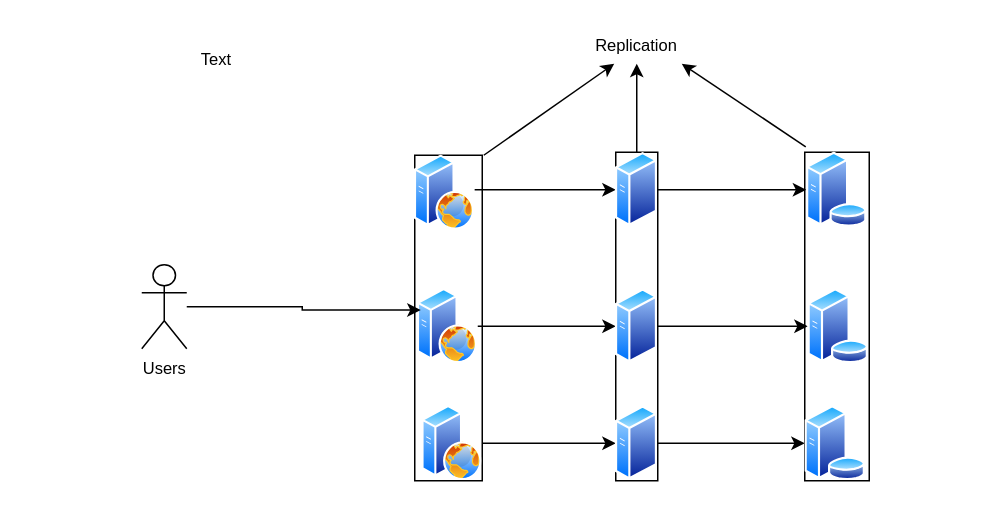
Before: Untitled Diagram.drawio in dev-resources-millenium/ReferencesForEnterpriseApps, a draw.io diagram. Source tidied: cells renumbered, new cells numbered last; positions are measured from the earlier drawing's top-left corner, leaving out a move shared by most shapes. Both pictures are drawn from the tidied source at 150%, with x=0, y=0 at pixel (141, 26).
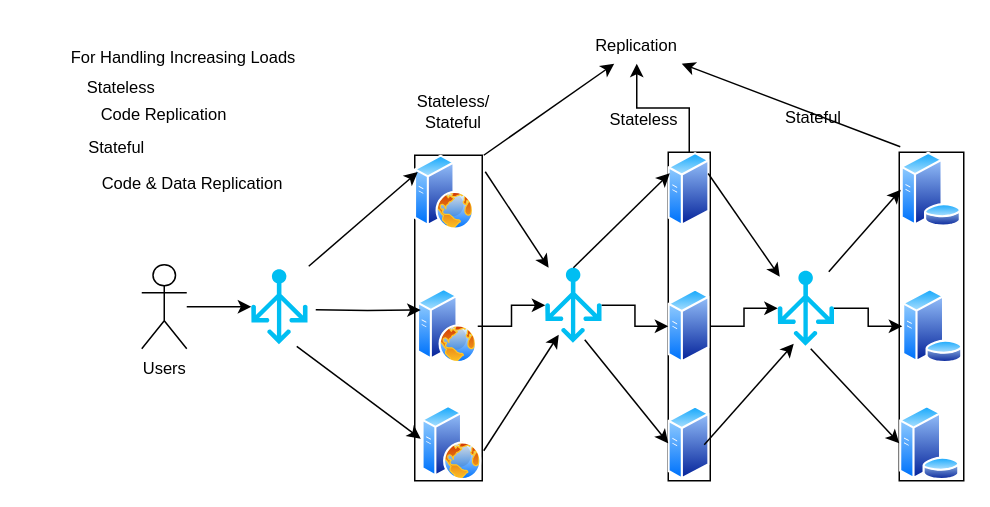
After the change.

Unchanged cells that the change refers to:
```xml
<mxCell id="9" style="image;perimeter=ellipsePerimeter;html=1;align=center;shadow=0;dashed=0;spacingTop=3;image=img/lib/active_directory/web_server.svg;strokeColor=default;" parent="8" vertex="1">
  <mxGeometry x="2" y="89" width="40" height="50" as="geometry" />
</mxCell>
<mxCell id="10" style="image;perimeter=ellipsePerimeter;html=1;align=center;shadow=0;dashed=0;spacingTop=3;image=img/lib/active_directory/web_server.svg;strokeColor=default;" parent="8" vertex="1">
  <mxGeometry width="40" height="50" as="geometry" />
</mxCell>
<mxCell id="11" style="image;perimeter=ellipsePerimeter;html=1;align=center;shadow=0;dashed=0;spacingTop=3;image=img/lib/active_directory/web_server.svg;strokeColor=default;" parent="8" vertex="1">
  <mxGeometry x="5" y="167" width="40" height="50" as="geometry" />
</mxCell>
<mxCell id="13" style="image;perimeter=ellipsePerimeter;html=1;align=center;shadow=0;dashed=0;spacingTop=3;image=img/lib/active_directory/generic_server.svg;" parent="12" vertex="1">
  <mxGeometry y="91" width="28" height="50" as="geometry" />
</mxCell>
<mxCell id="14" style="image;perimeter=ellipsePerimeter;html=1;align=center;shadow=0;dashed=0;spacingTop=3;image=img/lib/active_directory/generic_server.svg;" parent="12" vertex="1">
  <mxGeometry y="169" width="28" height="50" as="geometry" />
</mxCell>
<mxCell id="15" style="image;perimeter=ellipsePerimeter;html=1;align=center;shadow=0;dashed=0;spacingTop=3;image=img/lib/active_directory/generic_server.svg;" parent="12" vertex="1">
  <mxGeometry width="28" height="50" as="geometry" />
</mxCell>
<mxCell id="17" style="image;perimeter=ellipsePerimeter;html=1;align=center;shadow=0;dashed=0;spacingTop=3;image=img/lib/active_directory/database_server.svg;" parent="16" vertex="1">
  <mxGeometry x="2" y="91" width="41" height="50" as="geometry" />
</mxCell>
<mxCell id="18" style="image;perimeter=ellipsePerimeter;html=1;align=center;shadow=0;dashed=0;spacingTop=3;image=img/lib/active_directory/database_server.svg;" parent="16" vertex="1">
  <mxGeometry x="1" width="41" height="50" as="geometry" />
</mxCell>
<mxCell id="19" style="image;perimeter=ellipsePerimeter;html=1;align=center;shadow=0;dashed=0;spacingTop=3;image=img/lib/active_directory/database_server.svg;" parent="16" vertex="1">
  <mxGeometry y="169" width="41" height="50" as="geometry" />
</mxCell>
<mxCell id="26" value="Users" style="shape=umlActor;verticalLabelPosition=bottom;verticalAlign=top;html=1;outlineConnect=0;fontFamily=Helvetica;fontSize=11;fontColor=default;" parent="1" vertex="1">
  <mxGeometry y="159" width="30" height="56" as="geometry" />
</mxCell>
```

Change to the diagram source:
```diff
@@
-    <mxCell id="2" style="edgeStyle=orthogonalEdgeStyle;shape=connector;rounded=0;jettySize=auto;html=1;labelBackgroundColor=default;strokeColor=default;align=center;verticalAlign=middle;fontFamily=Helvetica;fontSize=11;fontColor=default;endArrow=classic;" parent="1" edge="1" source="9" target="13">
-      <mxGeometry relative="1" as="geometry" />
-    </mxCell>
-    <mxCell id="3" style="edgeStyle=orthogonalEdgeStyle;rounded=0;jettySize=auto;html=1;" parent="1" edge="1" source="10" target="15">
-      <mxGeometry relative="1" as="geometry">
-        <Array as="points">
-          <mxPoint x="256" y="109" />
-          <mxPoint x="256" y="109" />
-        </Array>
-      </mxGeometry>
-    </mxCell>
-    <mxCell id="4" style="edgeStyle=orthogonalEdgeStyle;shape=connector;rounded=0;jettySize=auto;html=1;labelBackgroundColor=default;strokeColor=default;align=center;verticalAlign=middle;fontFamily=Helvetica;fontSize=11;fontColor=default;endArrow=classic;" parent="1" edge="1" source="11" target="14">
-      <mxGeometry relative="1" as="geometry" />
-    </mxCell>
-    <mxCell id="5" style="edgeStyle=orthogonalEdgeStyle;shape=connector;rounded=0;jettySize=auto;html=1;labelBackgroundColor=default;strokeColor=default;align=center;verticalAlign=middle;fontFamily=Helvetica;fontSize=11;fontColor=default;endArrow=classic;" parent="1" edge="1" source="13" target="17">
-      <mxGeometry relative="1" as="geometry" />
-    </mxCell>
-    <mxCell id="6" style="edgeStyle=orthogonalEdgeStyle;shape=connector;rounded=0;jettySize=auto;html=1;labelBackgroundColor=default;strokeColor=default;align=center;verticalAlign=middle;fontFamily=Helvetica;fontSize=11;fontColor=default;endArrow=classic;" parent="1" edge="1" source="14" target="19">
-      <mxGeometry relative="1" as="geometry" />
-    </mxCell>
-    <mxCell id="7" style="edgeStyle=orthogonalEdgeStyle;shape=connector;rounded=0;jettySize=auto;html=1;labelBackgroundColor=default;strokeColor=default;align=center;verticalAlign=middle;fontFamily=Helvetica;fontSize=11;fontColor=default;endArrow=classic;" parent="1" edge="1" source="15" target="18">
-      <mxGeometry relative="1" as="geometry" />
-    </mxCell>
@@
     <mxCell id="12" style="group;strokeColor=default;" parent="1" vertex="1">
-      <mxGeometry x="316" y="84" width="28" height="219" as="geometry" />
+      <mxGeometry x="351" y="84" width="28" height="219" as="geometry" />
     </mxCell>
@@
     <mxCell id="16" style="group;strokeColor=default;" parent="1" vertex="1">
-      <mxGeometry x="442" y="84" width="43" height="219" as="geometry" />
+      <mxGeometry x="505" y="84" width="43" height="219" as="geometry" />
     </mxCell>
@@
-    <mxCell id="24" value="Text" style="text;html=1;strokeColor=none;fillColor=none;align=center;verticalAlign=middle;whiteSpace=wrap;rounded=0;fontSize=11;fontFamily=Helvetica;fontColor=default;" parent="1" vertex="1">
-      <mxGeometry x="20" y="7" width="60" height="30" as="geometry" />
+    <mxCell id="24" value="Stateless/&lt;br&gt;Stateful" style="text;html=1;strokeColor=none;fillColor=none;align=center;verticalAlign=middle;whiteSpace=wrap;rounded=0;fontSize=11;fontFamily=Helvetica;fontColor=default;" parent="1" vertex="1">
+      <mxGeometry x="178" y="42" width="60" height="30" as="geometry" />
     </mxCell>
-    <mxCell id="25" style="edgeStyle=orthogonalEdgeStyle;shape=connector;rounded=0;jettySize=auto;html=1;entryX=0;entryY=0.25;entryDx=0;entryDy=0;labelBackgroundColor=default;strokeColor=default;align=center;verticalAlign=middle;fontFamily=Helvetica;fontSize=11;fontColor=default;endArrow=classic;" parent="1" edge="1" source="26" target="9">
-      <mxGeometry relative="1" as="geometry" />
+    <mxCell id="25" style="edgeStyle=orthogonalEdgeStyle;shape=connector;rounded=0;jettySize=auto;html=1;entryX=0;entryY=0.25;entryDx=0;entryDy=0;labelBackgroundColor=default;strokeColor=default;align=center;verticalAlign=middle;fontFamily=Helvetica;fontSize=11;fontColor=default;endArrow=classic;" parent="1" edge="1" target="9">
+      <mxGeometry relative="1" as="geometry">
+        <mxPoint x="116" y="189" as="sourcePoint" />
+      </mxGeometry>
     </mxCell>
+    <mxCell id="27" style="edgeStyle=orthogonalEdgeStyle;shape=connector;rounded=0;jettySize=auto;html=1;labelBackgroundColor=default;strokeColor=default;align=center;verticalAlign=middle;fontFamily=Helvetica;fontSize=11;fontColor=default;endArrow=classic;" parent="1" edge="1" source="26" target="32">
+      <mxGeometry relative="1" as="geometry" />
+    </mxCell>
@@
+    <mxCell id="28" style="endArrow=classic;html=1;rounded=0;labelBackgroundColor=default;strokeColor=default;align=center;verticalAlign=middle;fontFamily=Helvetica;fontSize=11;fontColor=default;shape=connector;entryX=0;entryY=0.25;entryDx=0;entryDy=0;exitX=1.022;exitY=-0.04;exitDx=0;exitDy=0;exitPerimeter=0;" parent="1" edge="1" source="32">
+      <mxGeometry relative="1" as="geometry">
+        <mxPoint x="184" y="97.2" as="targetPoint" />
+      </mxGeometry>
+    </mxCell>
+    <mxCell id="29" style="endArrow=classic;html=1;rounded=0;labelBackgroundColor=default;strokeColor=default;align=center;verticalAlign=middle;fontFamily=Helvetica;fontSize=11;fontColor=default;shape=connector;exitX=0.809;exitY=1.027;exitDx=0;exitDy=0;exitPerimeter=0;" parent="1" edge="1" source="32">
+      <mxGeometry relative="1" as="geometry">
+        <mxPoint x="186" y="275" as="targetPoint" />
+      </mxGeometry>
+    </mxCell>
+    <mxCell id="30" value="Stateless" style="text;html=1;strokeColor=none;fillColor=none;align=center;verticalAlign=middle;whiteSpace=wrap;rounded=0;fontSize=11;fontFamily=Helvetica;fontColor=default;" parent="1" vertex="1">
+      <mxGeometry x="305" y="47" width="60" height="30" as="geometry" />
+    </mxCell>
+    <mxCell id="31" value="Stateful" style="text;html=1;strokeColor=none;fillColor=none;align=center;verticalAlign=middle;whiteSpace=wrap;rounded=0;fontSize=11;fontFamily=Helvetica;fontColor=default;" parent="1" vertex="1">
+      <mxGeometry x="418" y="46" width="60" height="30" as="geometry" />
+    </mxCell>
+    <mxCell id="32" style="verticalLabelPosition=bottom;html=1;verticalAlign=top;align=center;strokeColor=none;fillColor=#00BEF2;shape=mxgraph.azure.load_balancer_generic;fontFamily=Helvetica;fontSize=11;fontColor=default;" parent="1" vertex="1">
+      <mxGeometry x="73" y="162" width="37.5" height="50" as="geometry" />
+    </mxCell>
+    <mxCell id="33" style="edgeStyle=orthogonalEdgeStyle;shape=connector;rounded=0;jettySize=auto;html=1;labelBackgroundColor=default;strokeColor=default;align=center;verticalAlign=middle;fontFamily=Helvetica;fontSize=11;fontColor=default;endArrow=classic;" parent="1" edge="1" source="34" target="13">
+      <mxGeometry relative="1" as="geometry" />
+    </mxCell>
+    <mxCell id="34" style="verticalLabelPosition=bottom;html=1;verticalAlign=top;align=center;strokeColor=none;fillColor=#00BEF2;shape=mxgraph.azure.load_balancer_generic;fontFamily=Helvetica;fontSize=11;fontColor=default;" parent="1" vertex="1">
+      <mxGeometry x="269" y="161" width="37.5" height="50" as="geometry" />
+    </mxCell>
+    <mxCell id="35" style="edgeStyle=orthogonalEdgeStyle;shape=connector;rounded=0;jettySize=auto;html=1;labelBackgroundColor=default;strokeColor=default;align=center;verticalAlign=middle;fontFamily=Helvetica;fontSize=11;fontColor=default;endArrow=classic;" parent="1" edge="1" source="9" target="34">
+      <mxGeometry relative="1" as="geometry" />
+    </mxCell>
+    <mxCell id="36" style="endArrow=classic;html=1;rounded=0;labelBackgroundColor=default;strokeColor=default;align=center;verticalAlign=middle;fontFamily=Helvetica;fontSize=11;fontColor=default;shape=connector;" parent="1" edge="1" target="34">
+      <mxGeometry relative="1" as="geometry">
+        <mxPoint x="229" y="97" as="sourcePoint" />
+      </mxGeometry>
+    </mxCell>
+    <mxCell id="37" style="endArrow=classic;html=1;rounded=0;labelBackgroundColor=default;strokeColor=default;align=center;verticalAlign=middle;fontFamily=Helvetica;fontSize=11;fontColor=default;shape=connector;entryX=0.24;entryY=0.893;entryDx=0;entryDy=0;entryPerimeter=0;" parent="1" edge="1" target="34">
+      <mxGeometry relative="1" as="geometry">
+        <mxPoint x="228" y="283" as="sourcePoint" />
+      </mxGeometry>
+    </mxCell>
+    <mxCell id="38" style="endArrow=classic;html=1;rounded=0;labelBackgroundColor=default;strokeColor=default;align=center;verticalAlign=middle;fontFamily=Helvetica;fontSize=11;fontColor=default;shape=connector;exitX=0.5;exitY=0;exitDx=0;exitDy=0;exitPerimeter=0;" parent="1" edge="1" source="34">
+      <mxGeometry relative="1" as="geometry">
+        <mxPoint x="352" y="98" as="targetPoint" />
+      </mxGeometry>
+    </mxCell>
+    <mxCell id="39" style="endArrow=classic;html=1;rounded=0;labelBackgroundColor=default;strokeColor=default;align=center;verticalAlign=middle;fontFamily=Helvetica;fontSize=11;fontColor=default;shape=connector;exitX=0.702;exitY=0.96;exitDx=0;exitDy=0;exitPerimeter=0;entryX=0;entryY=0.5;entryDx=0;entryDy=0;" parent="1" edge="1" source="34" target="14">
+      <mxGeometry relative="1" as="geometry" />
+    </mxCell>
+    <mxCell id="40" style="edgeStyle=orthogonalEdgeStyle;shape=connector;rounded=0;jettySize=auto;html=1;labelBackgroundColor=default;strokeColor=default;align=center;verticalAlign=middle;fontFamily=Helvetica;fontSize=11;fontColor=default;endArrow=classic;" parent="1" edge="1" source="41" target="17">
+      <mxGeometry relative="1" as="geometry" />
+    </mxCell>
+    <mxCell id="41" style="verticalLabelPosition=bottom;html=1;verticalAlign=top;align=center;strokeColor=none;fillColor=#00BEF2;shape=mxgraph.azure.load_balancer_generic;fontFamily=Helvetica;fontSize=11;fontColor=default;" parent="1" vertex="1">
+      <mxGeometry x="424" y="163" width="37.5" height="50" as="geometry" />
+    </mxCell>
+    <mxCell id="42" style="endArrow=classic;html=1;rounded=0;labelBackgroundColor=default;strokeColor=default;align=center;verticalAlign=middle;fontFamily=Helvetica;fontSize=11;fontColor=default;shape=connector;exitX=1;exitY=0.25;exitDx=0;exitDy=0;entryX=0.036;entryY=0.08;entryDx=0;entryDy=0;entryPerimeter=0;" parent="1" edge="1" source="15" target="41">
+      <mxGeometry relative="1" as="geometry" />
+    </mxCell>
+    <mxCell id="43" style="endArrow=classic;html=1;rounded=0;labelBackgroundColor=default;strokeColor=default;align=center;verticalAlign=middle;fontFamily=Helvetica;fontSize=11;fontColor=default;shape=connector;entryX=0.284;entryY=0.973;entryDx=0;entryDy=0;entryPerimeter=0;" parent="1" edge="1" target="41">
+      <mxGeometry relative="1" as="geometry">
+        <mxPoint x="375" y="279" as="sourcePoint" />
+      </mxGeometry>
+    </mxCell>
+    <mxCell id="44" style="edgeStyle=orthogonalEdgeStyle;shape=connector;rounded=0;jettySize=auto;html=1;labelBackgroundColor=default;strokeColor=default;align=center;verticalAlign=middle;fontFamily=Helvetica;fontSize=11;fontColor=default;endArrow=classic;" parent="1" edge="1" source="13" target="41">
+      <mxGeometry relative="1" as="geometry" />
+    </mxCell>
+    <mxCell id="45" style="endArrow=classic;html=1;rounded=0;labelBackgroundColor=default;strokeColor=default;align=center;verticalAlign=middle;fontFamily=Helvetica;fontSize=11;fontColor=default;shape=connector;entryX=0;entryY=0.5;entryDx=0;entryDy=0;exitX=0.907;exitY=0.013;exitDx=0;exitDy=0;exitPerimeter=0;" parent="1" edge="1" source="41" target="18">
+      <mxGeometry relative="1" as="geometry" />
+    </mxCell>
+    <mxCell id="46" style="endArrow=classic;html=1;rounded=0;labelBackgroundColor=default;strokeColor=default;align=center;verticalAlign=middle;fontFamily=Helvetica;fontSize=11;fontColor=default;shape=connector;entryX=0;entryY=0.5;entryDx=0;entryDy=0;" parent="1" edge="1" target="19">
+      <mxGeometry relative="1" as="geometry">
+        <mxPoint x="446" y="215" as="sourcePoint" />
+      </mxGeometry>
+    </mxCell>
+    <mxCell id="47" value="For Handling Increasing Loads" style="text;html=1;strokeColor=none;fillColor=none;align=center;verticalAlign=middle;whiteSpace=wrap;rounded=0;fontSize=11;fontFamily=Helvetica;fontColor=default;" parent="1" vertex="1">
+      <mxGeometry x="-60" y="6" width="176" height="30" as="geometry" />
+    </mxCell>
+    <mxCell id="48" value="Stateless" style="text;html=1;strokeColor=none;fillColor=none;align=center;verticalAlign=middle;whiteSpace=wrap;rounded=0;fontSize=11;fontFamily=Helvetica;fontColor=default;" parent="1" vertex="1">
+      <mxGeometry x="-74" y="26" width="121" height="30" as="geometry" />
+    </mxCell>
+    <mxCell id="49" value="Stateful" style="text;html=1;strokeColor=none;fillColor=none;align=center;verticalAlign=middle;whiteSpace=wrap;rounded=0;fontSize=11;fontFamily=Helvetica;fontColor=default;" parent="1" vertex="1">
+      <mxGeometry x="-77" y="66" width="121" height="30" as="geometry" />
+    </mxCell>
+    <mxCell id="50" value="Code Replication" style="text;html=1;strokeColor=none;fillColor=none;align=center;verticalAlign=middle;whiteSpace=wrap;rounded=0;fontSize=11;fontFamily=Helvetica;fontColor=default;" parent="1" vertex="1">
+      <mxGeometry x="-36" y="43" width="102" height="32" as="geometry" />
+    </mxCell>
+    <mxCell id="51" value="Code &amp;amp; Data Replication" style="text;html=1;strokeColor=none;fillColor=none;align=center;verticalAlign=middle;whiteSpace=wrap;rounded=0;fontSize=11;fontFamily=Helvetica;fontColor=default;" parent="1" vertex="1">
+      <mxGeometry x="-33" y="90" width="134" height="30" as="geometry" />
+    </mxCell>
```
